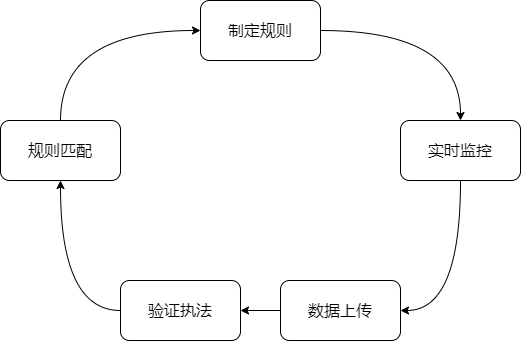
Before: culprit.png, a diagram exported from draw.io (craftsfish/design). Source tidied: cells renumbered, new cells last; positions are measured from the earlier drawing's top-left corner, leaving out a move shared by most shapes. The source it was exported from:
```xml
<mxGraphModel>
  <root>
    <mxCell id="0" />
    <mxCell id="1" parent="0" />
    <mxCell id="2" style="edgeStyle=orthogonalEdgeStyle;rounded=0;jettySize=auto;html=1;exitX=1;exitY=0.5;exitDx=0;exitDy=0;entryX=0.5;entryY=0;entryDx=0;entryDy=0;fontSize=16;curved=1;" parent="1" edge="1" source="3" target="5">
      <mxGeometry relative="1" as="geometry" />
    </mxCell>
    <mxCell id="3" value="制定规则" style="rounded=1;whiteSpace=wrap;html=1;fontSize=16;" parent="1" vertex="1">
      <mxGeometry x="200" width="120" height="60" as="geometry" />
    </mxCell>
    <mxCell id="4" style="edgeStyle=orthogonalEdgeStyle;curved=1;rounded=0;jettySize=auto;html=1;exitX=0.5;exitY=1;exitDx=0;exitDy=0;entryX=1;entryY=0.5;entryDx=0;entryDy=0;fontSize=16;" parent="1" edge="1" source="5" target="9">
      <mxGeometry relative="1" as="geometry" />
    </mxCell>
    <mxCell id="5" value="实时监控" style="rounded=1;whiteSpace=wrap;html=1;fontSize=16;" parent="1" vertex="1">
      <mxGeometry x="400" y="120" width="120" height="60" as="geometry" />
    </mxCell>
    <mxCell id="6" style="edgeStyle=orthogonalEdgeStyle;curved=1;rounded=0;jettySize=auto;html=1;exitX=0.5;exitY=0;exitDx=0;exitDy=0;entryX=0;entryY=0.5;entryDx=0;entryDy=0;fontSize=16;" parent="1" edge="1" source="7" target="3">
      <mxGeometry relative="1" as="geometry" />
    </mxCell>
    <mxCell id="7" value="规则匹配" style="rounded=1;whiteSpace=wrap;html=1;fontSize=16;" parent="1" vertex="1">
      <mxGeometry y="120" width="120" height="60" as="geometry" />
    </mxCell>
    <mxCell id="8" style="edgeStyle=orthogonalEdgeStyle;curved=1;rounded=0;jettySize=auto;html=1;exitX=0;exitY=0.5;exitDx=0;exitDy=0;fontSize=16;" parent="1" edge="1" source="9" target="11">
      <mxGeometry relative="1" as="geometry" />
    </mxCell>
    <mxCell id="9" value="数据上传" style="rounded=1;whiteSpace=wrap;html=1;fontSize=16;" parent="1" vertex="1">
      <mxGeometry x="280" y="280" width="120" height="60" as="geometry" />
    </mxCell>
    <mxCell id="10" style="edgeStyle=orthogonalEdgeStyle;curved=1;rounded=0;jettySize=auto;html=1;exitX=0;exitY=0.5;exitDx=0;exitDy=0;entryX=0.5;entryY=1;entryDx=0;entryDy=0;fontSize=16;" parent="1" edge="1" source="11" target="7">
      <mxGeometry relative="1" as="geometry" />
    </mxCell>
    <mxCell id="11" value="验证执法" style="rounded=1;whiteSpace=wrap;html=1;fontSize=16;" parent="1" vertex="1">
      <mxGeometry x="120" y="280" width="120" height="60" as="geometry" />
    </mxCell>
  </root>
</mxGraphModel>
```
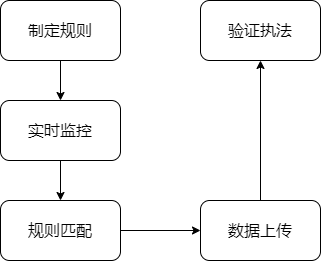
The same diagram one commit later.

What changed in the source:
```diff
@@ -2,35 +2,32 @@
   <root>
     <mxCell id="0" />
     <mxCell id="1" parent="0" />
-    <mxCell id="2" style="edgeStyle=orthogonalEdgeStyle;rounded=0;jettySize=auto;html=1;exitX=1;exitY=0.5;exitDx=0;exitDy=0;entryX=0.5;entryY=0;entryDx=0;entryDy=0;fontSize=16;curved=1;" parent="1" edge="1" source="3" target="5">
+    <mxCell id="2" style="edgeStyle=orthogonalEdgeStyle;curved=1;rounded=0;jettySize=auto;html=1;fontSize=16;" parent="1" edge="1" source="3" target="5">
       <mxGeometry relative="1" as="geometry" />
     </mxCell>
     <mxCell id="3" value="制定规则" style="rounded=1;whiteSpace=wrap;html=1;fontSize=16;" parent="1" vertex="1">
       <mxGeometry x="200" width="120" height="60" as="geometry" />
     </mxCell>
-    <mxCell id="4" style="edgeStyle=orthogonalEdgeStyle;curved=1;rounded=0;jettySize=auto;html=1;exitX=0.5;exitY=1;exitDx=0;exitDy=0;entryX=1;entryY=0.5;entryDx=0;entryDy=0;fontSize=16;" parent="1" edge="1" source="5" target="9">
-      <mxGeometry relative="1" as="geometry" />
-    </mxCell>
+    <mxCell id="12" style="edgeStyle=orthogonalEdgeStyle;curved=1;rounded=0;jettySize=auto;html=1;fontSize=16;" parent="1" edge="1" source="5" target="7">
+      <mxGeometry relative="1" as="geometry" />
+    </mxCell>
     <mxCell id="5" value="实时监控" style="rounded=1;whiteSpace=wrap;html=1;fontSize=16;" parent="1" vertex="1">
-      <mxGeometry x="400" y="120" width="120" height="60" as="geometry" />
+      <mxGeometry x="200" y="100" width="120" height="60" as="geometry" />
     </mxCell>
-    <mxCell id="6" style="edgeStyle=orthogonalEdgeStyle;curved=1;rounded=0;jettySize=auto;html=1;exitX=0.5;exitY=0;exitDx=0;exitDy=0;entryX=0;entryY=0.5;entryDx=0;entryDy=0;fontSize=16;" parent="1" edge="1" source="7" target="3">
-      <mxGeometry relative="1" as="geometry" />
-    </mxCell>
+    <mxCell id="13" style="edgeStyle=orthogonalEdgeStyle;curved=1;rounded=0;jettySize=auto;html=1;fontSize=16;" parent="1" edge="1" source="7" target="9">
+      <mxGeometry relative="1" as="geometry" />
+    </mxCell>
     <mxCell id="7" value="规则匹配" style="rounded=1;whiteSpace=wrap;html=1;fontSize=16;" parent="1" vertex="1">
-      <mxGeometry y="120" width="120" height="60" as="geometry" />
+      <mxGeometry x="200" y="200" width="120" height="60" as="geometry" />
     </mxCell>
-    <mxCell id="8" style="edgeStyle=orthogonalEdgeStyle;curved=1;rounded=0;jettySize=auto;html=1;exitX=0;exitY=0.5;exitDx=0;exitDy=0;fontSize=16;" parent="1" edge="1" source="9" target="11">
+    <mxCell id="8" style="edgeStyle=orthogonalEdgeStyle;curved=1;rounded=0;jettySize=auto;html=1;exitX=0.5;exitY=0;exitDx=0;exitDy=0;fontSize=16;" parent="1" edge="1" source="9" target="11">
       <mxGeometry relative="1" as="geometry" />
     </mxCell>
     <mxCell id="9" value="数据上传" style="rounded=1;whiteSpace=wrap;html=1;fontSize=16;" parent="1" vertex="1">
-      <mxGeometry x="280" y="280" width="120" height="60" as="geometry" />
+      <mxGeometry x="400" y="200" width="120" height="60" as="geometry" />
     </mxCell>
-    <mxCell id="10" style="edgeStyle=orthogonalEdgeStyle;curved=1;rounded=0;jettySize=auto;html=1;exitX=0;exitY=0.5;exitDx=0;exitDy=0;entryX=0.5;entryY=1;entryDx=0;entryDy=0;fontSize=16;" parent="1" edge="1" source="11" target="7">
-      <mxGeometry relative="1" as="geometry" />
-    </mxCell>
     <mxCell id="11" value="验证执法" style="rounded=1;whiteSpace=wrap;html=1;fontSize=16;" parent="1" vertex="1">
-      <mxGeometry x="120" y="280" width="120" height="60" as="geometry" />
+      <mxGeometry x="400" width="120" height="60" as="geometry" />
     </mxCell>
   </root>
 </mxGraphModel>
```
